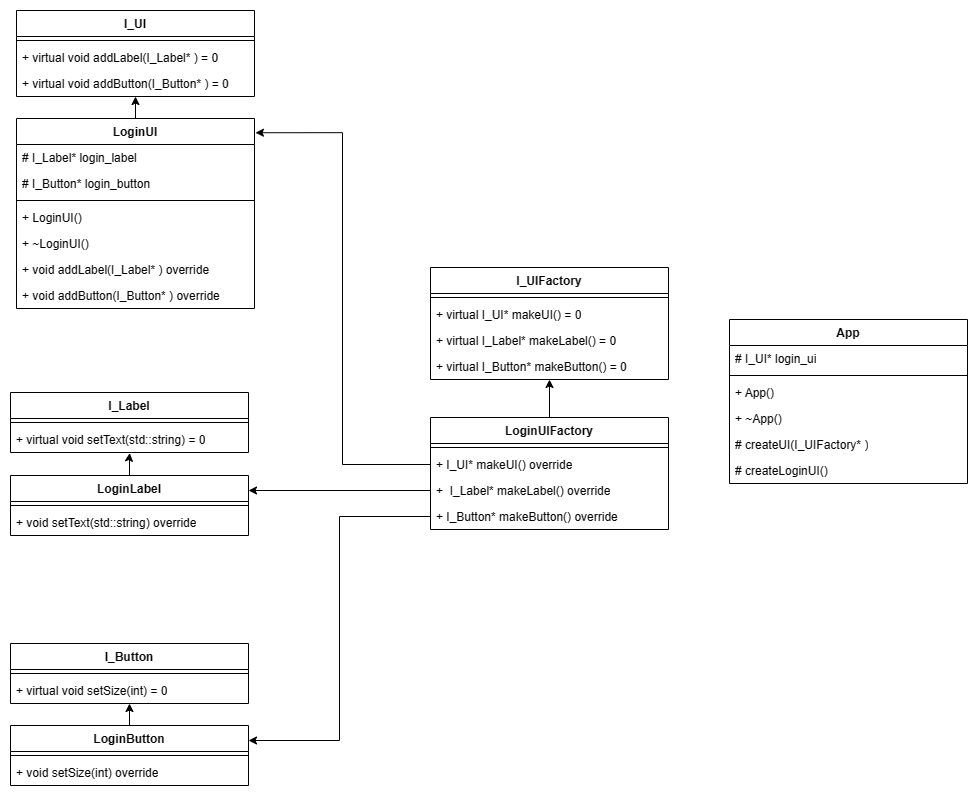
Above: engineering/software-engineering/data-structures-and-algorithms/design-patterns/creational-patterns/_assets/abstract-factory-illus.png in cybergu0ck/notes (draw.io), before the change. Source tidied: cells renumbered, new cells last; positions are measured from the earlier drawing's top-left corner, leaving out a move shared by most shapes. The source it was exported from:
```xml
<mxGraphModel>
  <root>
    <mxCell id="0" />
    <mxCell id="1" parent="0" />
    <mxCell id="2" value="I_Label" style="swimlane;fontStyle=1;align=center;verticalAlign=top;horizontal=1;startSize=26;whiteSpace=wrap;html=1;" parent="1" vertex="1">
      <mxGeometry y="382" width="238" height="60" as="geometry" />
    </mxCell>
    <mxCell id="3" style="line;strokeWidth=1;fillColor=none;align=left;verticalAlign=middle;spacingTop=-1;spacingLeft=3;spacingRight=3;labelPosition=right;strokeColor=inherit;" parent="2" vertex="1">
      <mxGeometry y="26" width="238" height="8" as="geometry" />
    </mxCell>
    <mxCell id="4" value="+ virtual void setText(std::string) = 0" style="text;strokeColor=none;fillColor=none;align=left;verticalAlign=top;spacingLeft=4;spacingRight=4;overflow=hidden;points=[[0,0.5],[1,0.5]];portConstraint=eastwest;whiteSpace=wrap;html=1;" parent="2" vertex="1">
      <mxGeometry y="34" width="238" height="26" as="geometry" />
    </mxCell>
    <mxCell id="5" value="I_Button" style="swimlane;fontStyle=1;align=center;verticalAlign=top;horizontal=1;startSize=26;whiteSpace=wrap;html=1;" parent="1" vertex="1">
      <mxGeometry y="633" width="238" height="60" as="geometry" />
    </mxCell>
    <mxCell id="6" style="line;strokeWidth=1;fillColor=none;align=left;verticalAlign=middle;spacingTop=-1;spacingLeft=3;spacingRight=3;labelPosition=right;strokeColor=inherit;" parent="5" vertex="1">
      <mxGeometry y="26" width="238" height="8" as="geometry" />
    </mxCell>
    <mxCell id="7" value="+ virtual void setSize(int) = 0" style="text;strokeColor=none;fillColor=none;align=left;verticalAlign=top;spacingLeft=4;spacingRight=4;overflow=hidden;whiteSpace=wrap;html=1;" parent="5" vertex="1">
      <mxGeometry y="34" width="238" height="26" as="geometry" />
    </mxCell>
    <mxCell id="8" value="I_UI" style="swimlane;fontStyle=1;align=center;verticalAlign=top;horizontal=1;startSize=26;whiteSpace=wrap;html=1;" parent="1" vertex="1">
      <mxGeometry x="6" width="238" height="86" as="geometry" />
    </mxCell>
    <mxCell id="9" style="line;strokeWidth=1;fillColor=none;align=left;verticalAlign=middle;spacingTop=-1;spacingLeft=3;spacingRight=3;labelPosition=right;strokeColor=inherit;" parent="8" vertex="1">
      <mxGeometry y="26" width="238" height="8" as="geometry" />
    </mxCell>
    <mxCell id="10" value="+ virtual void addLabel(I_Label* ) = 0" style="text;strokeColor=none;fillColor=none;align=left;verticalAlign=top;spacingLeft=4;spacingRight=4;overflow=hidden;whiteSpace=wrap;html=1;" parent="8" vertex="1">
      <mxGeometry y="34" width="238" height="26" as="geometry" />
    </mxCell>
    <mxCell id="11" value="+ virtual void addButton(I_Button* ) = 0" style="text;strokeColor=none;fillColor=none;align=left;verticalAlign=top;spacingLeft=4;spacingRight=4;overflow=hidden;whiteSpace=wrap;html=1;" parent="8" vertex="1">
      <mxGeometry y="60" width="238" height="26" as="geometry" />
    </mxCell>
    <mxCell id="12" value="LoginLabel" style="swimlane;fontStyle=1;align=center;verticalAlign=top;horizontal=1;startSize=26;whiteSpace=wrap;html=1;" parent="1" vertex="1">
      <mxGeometry y="465" width="238" height="60" as="geometry" />
    </mxCell>
    <mxCell id="13" style="line;strokeWidth=1;fillColor=none;align=left;verticalAlign=middle;spacingTop=-1;spacingLeft=3;spacingRight=3;labelPosition=right;strokeColor=inherit;" parent="12" vertex="1">
      <mxGeometry y="26" width="238" height="8" as="geometry" />
    </mxCell>
    <mxCell id="14" value="+ void setText(std::string) override" style="text;strokeColor=none;fillColor=none;align=left;verticalAlign=top;spacingLeft=4;spacingRight=4;overflow=hidden;whiteSpace=wrap;html=1;" parent="12" vertex="1">
      <mxGeometry y="34" width="238" height="26" as="geometry" />
    </mxCell>
    <mxCell id="15" style="edgeStyle=orthogonalEdgeStyle;rounded=0;jettySize=auto;html=1;entryX=0.501;entryY=1.022;entryDx=0;entryDy=0;entryPerimeter=0;" parent="1" edge="1" source="12" target="4">
      <mxGeometry relative="1" as="geometry" />
    </mxCell>
    <mxCell id="16" style="edgeStyle=orthogonalEdgeStyle;rounded=0;jettySize=auto;html=1;" parent="1" edge="1" source="17" target="5">
      <mxGeometry relative="1" as="geometry" />
    </mxCell>
    <mxCell id="17" value="LoginButton" style="swimlane;fontStyle=1;align=center;verticalAlign=top;horizontal=1;startSize=26;whiteSpace=wrap;html=1;" parent="1" vertex="1">
      <mxGeometry y="715" width="238" height="60" as="geometry" />
    </mxCell>
    <mxCell id="18" style="line;strokeWidth=1;fillColor=none;align=left;verticalAlign=middle;spacingTop=-1;spacingLeft=3;spacingRight=3;labelPosition=right;strokeColor=inherit;" parent="17" vertex="1">
      <mxGeometry y="26" width="238" height="8" as="geometry" />
    </mxCell>
    <mxCell id="19" value="+ void setSize(int) override" style="text;strokeColor=none;fillColor=none;align=left;verticalAlign=top;spacingLeft=4;spacingRight=4;overflow=hidden;whiteSpace=wrap;html=1;" parent="17" vertex="1">
      <mxGeometry y="34" width="238" height="26" as="geometry" />
    </mxCell>
    <mxCell id="20" style="edgeStyle=orthogonalEdgeStyle;rounded=0;jettySize=auto;html=1;" parent="1" edge="1" source="21" target="8">
      <mxGeometry relative="1" as="geometry" />
    </mxCell>
    <mxCell id="21" value="LoginUI" style="swimlane;fontStyle=1;align=center;verticalAlign=top;horizontal=1;startSize=26;whiteSpace=wrap;html=1;" parent="1" vertex="1">
      <mxGeometry x="6" y="108" width="238" height="190" as="geometry" />
    </mxCell>
    <mxCell id="22" value="# I_Label* login_label" style="text;strokeColor=none;fillColor=none;align=left;verticalAlign=top;spacingLeft=4;spacingRight=4;overflow=hidden;whiteSpace=wrap;html=1;" parent="21" vertex="1">
      <mxGeometry y="26" width="238" height="26" as="geometry" />
    </mxCell>
    <mxCell id="23" value="# I_Button* login_button" style="text;strokeColor=none;fillColor=none;align=left;verticalAlign=top;spacingLeft=4;spacingRight=4;overflow=hidden;whiteSpace=wrap;html=1;" parent="21" vertex="1">
      <mxGeometry y="52" width="238" height="26" as="geometry" />
    </mxCell>
    <mxCell id="24" style="line;strokeWidth=1;fillColor=none;align=left;verticalAlign=middle;spacingTop=-1;spacingLeft=3;spacingRight=3;labelPosition=right;strokeColor=inherit;" parent="21" vertex="1">
      <mxGeometry y="78" width="238" height="8" as="geometry" />
    </mxCell>
    <mxCell id="25" value="+ LoginUI()" style="text;strokeColor=none;fillColor=none;align=left;verticalAlign=top;spacingLeft=4;spacingRight=4;overflow=hidden;whiteSpace=wrap;html=1;" parent="21" vertex="1">
      <mxGeometry y="86" width="238" height="26" as="geometry" />
    </mxCell>
    <mxCell id="26" value="+ ~LoginUI()" style="text;strokeColor=none;fillColor=none;align=left;verticalAlign=top;spacingLeft=4;spacingRight=4;overflow=hidden;whiteSpace=wrap;html=1;" parent="21" vertex="1">
      <mxGeometry y="112" width="238" height="26" as="geometry" />
    </mxCell>
    <mxCell id="27" value="+ void addLabel(I_Label* ) override" style="text;strokeColor=none;fillColor=none;align=left;verticalAlign=top;spacingLeft=4;spacingRight=4;overflow=hidden;whiteSpace=wrap;html=1;" parent="21" vertex="1">
      <mxGeometry y="138" width="238" height="26" as="geometry" />
    </mxCell>
    <mxCell id="28" value="+ void addButton(I_Button* ) override" style="text;strokeColor=none;fillColor=none;align=left;verticalAlign=top;spacingLeft=4;spacingRight=4;overflow=hidden;whiteSpace=wrap;html=1;" parent="21" vertex="1">
      <mxGeometry y="164" width="238" height="26" as="geometry" />
    </mxCell>
    <mxCell id="29" value="I_UIFactory" style="swimlane;fontStyle=1;align=center;verticalAlign=top;horizontal=1;startSize=26;whiteSpace=wrap;html=1;" parent="1" vertex="1">
      <mxGeometry x="420" y="257" width="238" height="112" as="geometry" />
    </mxCell>
    <mxCell id="30" style="line;strokeWidth=1;fillColor=none;align=left;verticalAlign=middle;spacingTop=-1;spacingLeft=3;spacingRight=3;labelPosition=right;strokeColor=inherit;" parent="29" vertex="1">
      <mxGeometry y="26" width="238" height="8" as="geometry" />
    </mxCell>
    <mxCell id="31" value="+ virtual I_UI* makeUI() = 0" style="text;strokeColor=none;fillColor=none;align=left;verticalAlign=top;spacingLeft=4;spacingRight=4;overflow=hidden;whiteSpace=wrap;html=1;" parent="29" vertex="1">
      <mxGeometry y="34" width="238" height="26" as="geometry" />
    </mxCell>
    <mxCell id="32" value="+ virtual I_Label* makeLabel() = 0" style="text;strokeColor=none;fillColor=none;align=left;verticalAlign=top;spacingLeft=4;spacingRight=4;overflow=hidden;whiteSpace=wrap;html=1;" parent="29" vertex="1">
      <mxGeometry y="60" width="238" height="26" as="geometry" />
    </mxCell>
    <mxCell id="33" value="+ virtual I_Button* makeButton() = 0" style="text;strokeColor=none;fillColor=none;align=left;verticalAlign=top;spacingLeft=4;spacingRight=4;overflow=hidden;whiteSpace=wrap;html=1;" parent="29" vertex="1">
      <mxGeometry y="86" width="238" height="26" as="geometry" />
    </mxCell>
    <mxCell id="34" style="edgeStyle=orthogonalEdgeStyle;rounded=0;jettySize=auto;html=1;" parent="1" edge="1" source="35" target="29">
      <mxGeometry relative="1" as="geometry" />
    </mxCell>
    <mxCell id="35" value="LoginUIFactory" style="swimlane;fontStyle=1;align=center;verticalAlign=top;horizontal=1;startSize=26;whiteSpace=wrap;html=1;" parent="1" vertex="1">
      <mxGeometry x="420" y="407" width="238" height="112" as="geometry" />
    </mxCell>
    <mxCell id="36" style="line;strokeWidth=1;fillColor=none;align=left;verticalAlign=middle;spacingTop=-1;spacingLeft=3;spacingRight=3;labelPosition=right;strokeColor=inherit;" parent="35" vertex="1">
      <mxGeometry y="26" width="238" height="8" as="geometry" />
    </mxCell>
    <mxCell id="37" value="+ I_UI* makeUI() override" style="text;strokeColor=none;fillColor=none;align=left;verticalAlign=top;spacingLeft=4;spacingRight=4;overflow=hidden;points=[[0,0.5],[1,0.5]];portConstraint=eastwest;whiteSpace=wrap;html=1;" parent="35" vertex="1">
      <mxGeometry y="34" width="238" height="26" as="geometry" />
    </mxCell>
    <mxCell id="38" value="+&amp;nbsp; I_Label* makeLabel() override" style="text;strokeColor=none;fillColor=none;align=left;verticalAlign=top;spacingLeft=4;spacingRight=4;overflow=hidden;points=[[0,0.5],[1,0.5]];portConstraint=eastwest;whiteSpace=wrap;html=1;" parent="35" vertex="1">
      <mxGeometry y="60" width="238" height="26" as="geometry" />
    </mxCell>
    <mxCell id="39" value="+ I_Button* makeButton() override" style="text;strokeColor=none;fillColor=none;align=left;verticalAlign=top;spacingLeft=4;spacingRight=4;overflow=hidden;points=[[0,0.5],[1,0.5]];portConstraint=eastwest;whiteSpace=wrap;html=1;" parent="35" vertex="1">
      <mxGeometry y="86" width="238" height="26" as="geometry" />
    </mxCell>
    <mxCell id="40" value="App" style="swimlane;fontStyle=1;align=center;verticalAlign=top;horizontal=1;startSize=26;whiteSpace=wrap;html=1;" parent="1" vertex="1">
      <mxGeometry x="719" y="309" width="238" height="164" as="geometry" />
    </mxCell>
    <mxCell id="41" value="# I_UI* login_ui" style="text;strokeColor=none;fillColor=none;align=left;verticalAlign=top;spacingLeft=4;spacingRight=4;overflow=hidden;whiteSpace=wrap;html=1;" parent="40" vertex="1">
      <mxGeometry y="26" width="238" height="26" as="geometry" />
    </mxCell>
    <mxCell id="42" style="line;strokeWidth=1;fillColor=none;align=left;verticalAlign=middle;spacingTop=-1;spacingLeft=3;spacingRight=3;labelPosition=right;strokeColor=inherit;" parent="40" vertex="1">
      <mxGeometry y="52" width="238" height="8" as="geometry" />
    </mxCell>
    <mxCell id="43" value="+ App()" style="text;strokeColor=none;fillColor=none;align=left;verticalAlign=top;spacingLeft=4;spacingRight=4;overflow=hidden;whiteSpace=wrap;html=1;" parent="40" vertex="1">
      <mxGeometry y="60" width="238" height="26" as="geometry" />
    </mxCell>
    <mxCell id="44" value="+ ~App()" style="text;strokeColor=none;fillColor=none;align=left;verticalAlign=top;spacingLeft=4;spacingRight=4;overflow=hidden;whiteSpace=wrap;html=1;" parent="40" vertex="1">
      <mxGeometry y="86" width="238" height="26" as="geometry" />
    </mxCell>
    <mxCell id="45" value="# createUI(I_UIFactory* )" style="text;strokeColor=none;fillColor=none;align=left;verticalAlign=top;spacingLeft=4;spacingRight=4;overflow=hidden;whiteSpace=wrap;html=1;" parent="40" vertex="1">
      <mxGeometry y="112" width="238" height="26" as="geometry" />
    </mxCell>
    <mxCell id="46" value="# createLoginUI()" style="text;strokeColor=none;fillColor=none;align=left;verticalAlign=top;spacingLeft=4;spacingRight=4;overflow=hidden;whiteSpace=wrap;html=1;" parent="40" vertex="1">
      <mxGeometry y="138" width="238" height="26" as="geometry" />
    </mxCell>
    <mxCell id="47" style="edgeStyle=orthogonalEdgeStyle;rounded=0;jettySize=auto;html=1;entryX=1.004;entryY=0.075;entryDx=0;entryDy=0;entryPerimeter=0;" parent="1" edge="1" source="37" target="21">
      <mxGeometry relative="1" as="geometry" />
    </mxCell>
    <mxCell id="48" style="edgeStyle=orthogonalEdgeStyle;rounded=0;jettySize=auto;html=1;entryX=1;entryY=0.25;entryDx=0;entryDy=0;" parent="1" edge="1" source="38" target="12">
      <mxGeometry relative="1" as="geometry" />
    </mxCell>
    <mxCell id="49" style="edgeStyle=orthogonalEdgeStyle;rounded=0;jettySize=auto;html=1;entryX=1;entryY=0.25;entryDx=0;entryDy=0;" parent="1" edge="1" source="39" target="17">
      <mxGeometry relative="1" as="geometry" />
    </mxCell>
  </root>
</mxGraphModel>
```
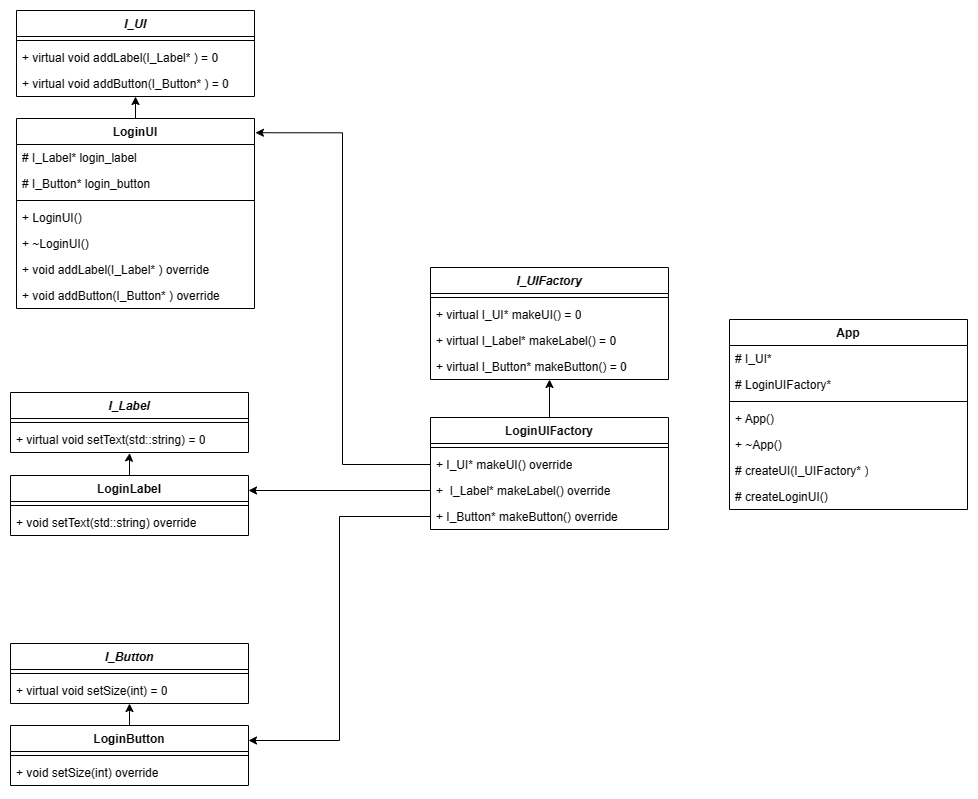
The same diagram one commit later.

Commit message:
Pretty much done with factory and builder

Change to the diagram source:
```diff
@@ -2,7 +2,7 @@
   <root>
     <mxCell id="0" />
     <mxCell id="1" parent="0" />
-    <mxCell id="2" value="I_Label" style="swimlane;fontStyle=1;align=center;verticalAlign=top;horizontal=1;startSize=26;whiteSpace=wrap;html=1;" parent="1" vertex="1">
+    <mxCell id="2" value="&lt;i&gt;I_Label&lt;/i&gt;" style="swimlane;fontStyle=1;align=center;verticalAlign=top;horizontal=1;startSize=26;whiteSpace=wrap;html=1;" parent="1" vertex="1">
       <mxGeometry y="382" width="238" height="60" as="geometry" />
     </mxCell>
     <mxCell id="3" style="line;strokeWidth=1;fillColor=none;align=left;verticalAlign=middle;spacingTop=-1;spacingLeft=3;spacingRight=3;labelPosition=right;strokeColor=inherit;" parent="2" vertex="1">
@@ -11,7 +11,7 @@
     <mxCell id="4" value="+ virtual void setText(std::string) = 0" style="text;strokeColor=none;fillColor=none;align=left;verticalAlign=top;spacingLeft=4;spacingRight=4;overflow=hidden;points=[[0,0.5],[1,0.5]];portConstraint=eastwest;whiteSpace=wrap;html=1;" parent="2" vertex="1">
       <mxGeometry y="34" width="238" height="26" as="geometry" />
     </mxCell>
-    <mxCell id="5" value="I_Button" style="swimlane;fontStyle=1;align=center;verticalAlign=top;horizontal=1;startSize=26;whiteSpace=wrap;html=1;" parent="1" vertex="1">
+    <mxCell id="5" value="&lt;i&gt;I_Button&lt;/i&gt;" style="swimlane;fontStyle=1;align=center;verticalAlign=top;horizontal=1;startSize=26;whiteSpace=wrap;html=1;" parent="1" vertex="1">
       <mxGeometry y="633" width="238" height="60" as="geometry" />
     </mxCell>
     <mxCell id="6" style="line;strokeWidth=1;fillColor=none;align=left;verticalAlign=middle;spacingTop=-1;spacingLeft=3;spacingRight=3;labelPosition=right;strokeColor=inherit;" parent="5" vertex="1">
@@ -20,7 +20,7 @@
     <mxCell id="7" value="+ virtual void setSize(int) = 0" style="text;strokeColor=none;fillColor=none;align=left;verticalAlign=top;spacingLeft=4;spacingRight=4;overflow=hidden;whiteSpace=wrap;html=1;" parent="5" vertex="1">
       <mxGeometry y="34" width="238" height="26" as="geometry" />
     </mxCell>
-    <mxCell id="8" value="I_UI" style="swimlane;fontStyle=1;align=center;verticalAlign=top;horizontal=1;startSize=26;whiteSpace=wrap;html=1;" parent="1" vertex="1">
+    <mxCell id="8" value="&lt;i&gt;I_UI&lt;/i&gt;" style="swimlane;fontStyle=1;align=center;verticalAlign=top;horizontal=1;startSize=26;whiteSpace=wrap;html=1;" parent="1" vertex="1">
       <mxGeometry x="6" width="238" height="86" as="geometry" />
     </mxCell>
     <mxCell id="9" style="line;strokeWidth=1;fillColor=none;align=left;verticalAlign=middle;spacingTop=-1;spacingLeft=3;spacingRight=3;labelPosition=right;strokeColor=inherit;" parent="8" vertex="1">
@@ -83,7 +83,7 @@
     <mxCell id="28" value="+ void addButton(I_Button* ) override" style="text;strokeColor=none;fillColor=none;align=left;verticalAlign=top;spacingLeft=4;spacingRight=4;overflow=hidden;whiteSpace=wrap;html=1;" parent="21" vertex="1">
       <mxGeometry y="164" width="238" height="26" as="geometry" />
     </mxCell>
-    <mxCell id="29" value="I_UIFactory" style="swimlane;fontStyle=1;align=center;verticalAlign=top;horizontal=1;startSize=26;whiteSpace=wrap;html=1;" parent="1" vertex="1">
+    <mxCell id="29" value="&lt;i&gt;I_UIFactory&lt;/i&gt;" style="swimlane;fontStyle=1;align=center;verticalAlign=top;horizontal=1;startSize=26;whiteSpace=wrap;html=1;" parent="1" vertex="1">
       <mxGeometry x="420" y="257" width="238" height="112" as="geometry" />
     </mxCell>
     <mxCell id="30" style="line;strokeWidth=1;fillColor=none;align=left;verticalAlign=middle;spacingTop=-1;spacingLeft=3;spacingRight=3;labelPosition=right;strokeColor=inherit;" parent="29" vertex="1">
@@ -117,25 +117,28 @@
       <mxGeometry y="86" width="238" height="26" as="geometry" />
     </mxCell>
     <mxCell id="40" value="App" style="swimlane;fontStyle=1;align=center;verticalAlign=top;horizontal=1;startSize=26;whiteSpace=wrap;html=1;" parent="1" vertex="1">
-      <mxGeometry x="719" y="309" width="238" height="164" as="geometry" />
+      <mxGeometry x="719" y="309" width="238" height="190" as="geometry" />
     </mxCell>
-    <mxCell id="41" value="# I_UI* login_ui" style="text;strokeColor=none;fillColor=none;align=left;verticalAlign=top;spacingLeft=4;spacingRight=4;overflow=hidden;whiteSpace=wrap;html=1;" parent="40" vertex="1">
+    <mxCell id="41" value="# I_UI*&amp;nbsp;" style="text;strokeColor=none;fillColor=none;align=left;verticalAlign=top;spacingLeft=4;spacingRight=4;overflow=hidden;whiteSpace=wrap;html=1;" parent="40" vertex="1">
       <mxGeometry y="26" width="238" height="26" as="geometry" />
     </mxCell>
+    <mxCell id="50" value="# LoginUIFactory*" style="text;strokeColor=none;fillColor=none;align=left;verticalAlign=top;spacingLeft=4;spacingRight=4;overflow=hidden;whiteSpace=wrap;html=1;" parent="40" vertex="1">
+      <mxGeometry y="52" width="238" height="26" as="geometry" />
+    </mxCell>
     <mxCell id="42" style="line;strokeWidth=1;fillColor=none;align=left;verticalAlign=middle;spacingTop=-1;spacingLeft=3;spacingRight=3;labelPosition=right;strokeColor=inherit;" parent="40" vertex="1">
-      <mxGeometry y="52" width="238" height="8" as="geometry" />
+      <mxGeometry y="78" width="238" height="8" as="geometry" />
     </mxCell>
     <mxCell id="43" value="+ App()" style="text;strokeColor=none;fillColor=none;align=left;verticalAlign=top;spacingLeft=4;spacingRight=4;overflow=hidden;whiteSpace=wrap;html=1;" parent="40" vertex="1">
-      <mxGeometry y="60" width="238" height="26" as="geometry" />
+      <mxGeometry y="86" width="238" height="26" as="geometry" />
     </mxCell>
     <mxCell id="44" value="+ ~App()" style="text;strokeColor=none;fillColor=none;align=left;verticalAlign=top;spacingLeft=4;spacingRight=4;overflow=hidden;whiteSpace=wrap;html=1;" parent="40" vertex="1">
-      <mxGeometry y="86" width="238" height="26" as="geometry" />
+      <mxGeometry y="112" width="238" height="26" as="geometry" />
     </mxCell>
     <mxCell id="45" value="# createUI(I_UIFactory* )" style="text;strokeColor=none;fillColor=none;align=left;verticalAlign=top;spacingLeft=4;spacingRight=4;overflow=hidden;whiteSpace=wrap;html=1;" parent="40" vertex="1">
-      <mxGeometry y="112" width="238" height="26" as="geometry" />
+      <mxGeometry y="138" width="238" height="26" as="geometry" />
     </mxCell>
     <mxCell id="46" value="# createLoginUI()" style="text;strokeColor=none;fillColor=none;align=left;verticalAlign=top;spacingLeft=4;spacingRight=4;overflow=hidden;whiteSpace=wrap;html=1;" parent="40" vertex="1">
-      <mxGeometry y="138" width="238" height="26" as="geometry" />
+      <mxGeometry y="164" width="238" height="26" as="geometry" />
     </mxCell>
     <mxCell id="47" style="edgeStyle=orthogonalEdgeStyle;rounded=0;jettySize=auto;html=1;entryX=1.004;entryY=0.075;entryDx=0;entryDy=0;entryPerimeter=0;" parent="1" edge="1" source="37" target="21">
       <mxGeometry relative="1" as="geometry" />
```
